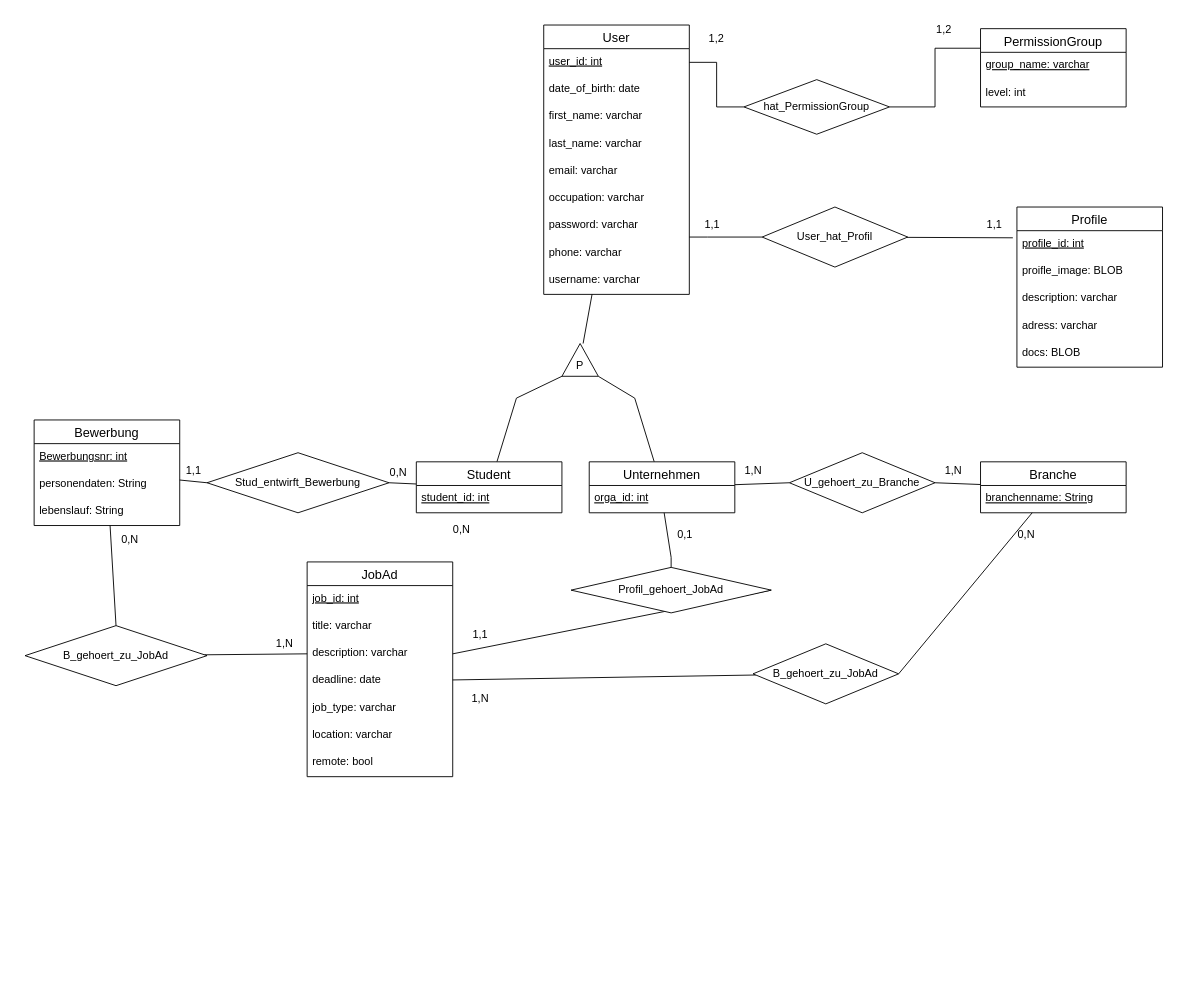
The draw.io diagram page "Semantisch" (2 of 2) of doc/diagram/ERDiagram.drawio in KlaraGolubovic/SE02, before the edit. Source tidied: cells renumbered, new cells numbered last; positions are measured from the earlier drawing's top-left corner, leaving out a move shared by most shapes. Both pictures are drawn from the tidied source at 91%, with x=0, y=0 at pixel (25, 15).
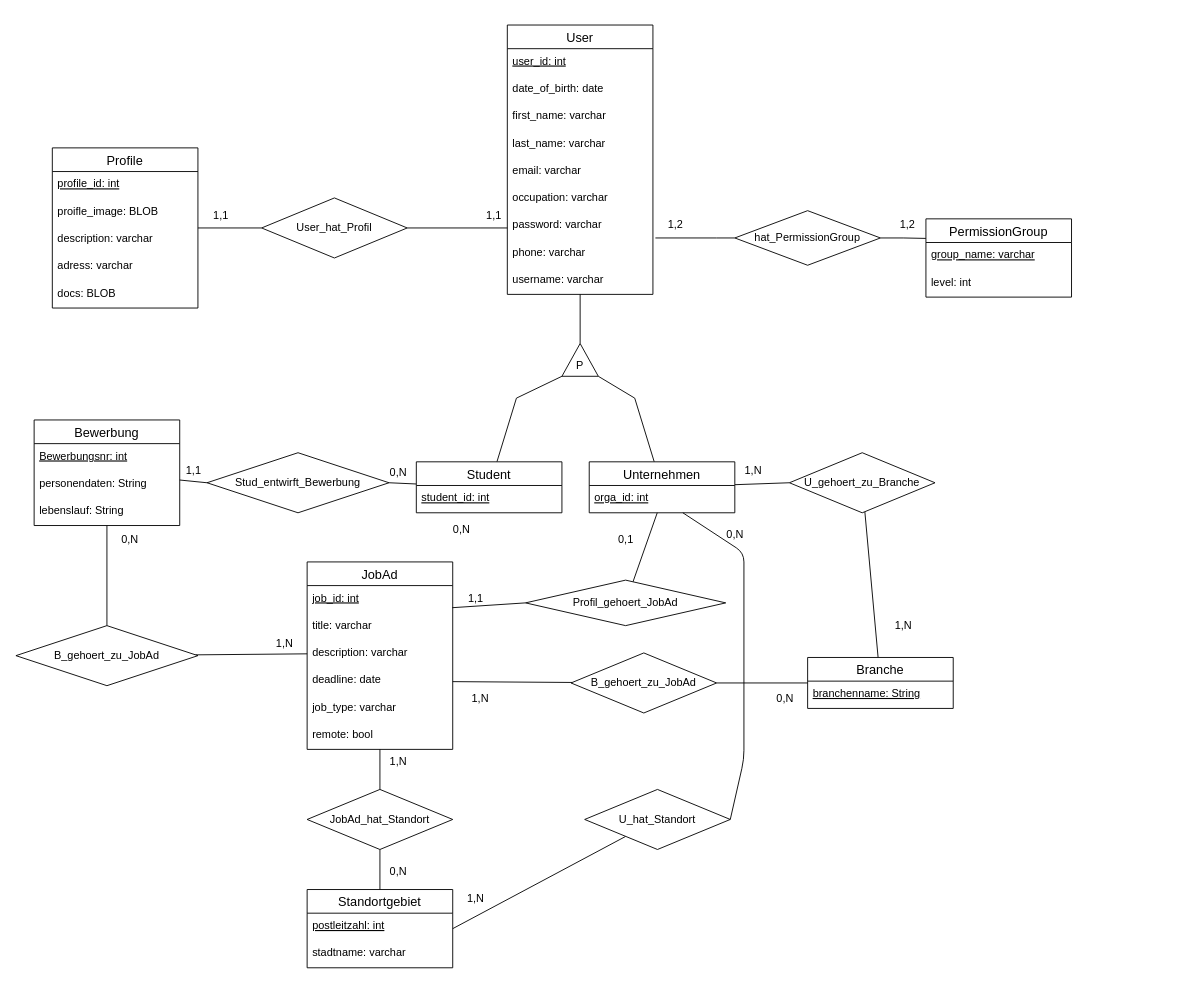
After the change.

Commit message:
weitere updates zum ER

The change refers to these unchanged cells:
```xml
<mxCell id="6" value="user_id: int" style="text;strokeColor=none;fillColor=none;spacingLeft=4;spacingRight=4;overflow=hidden;points=[[0,0.5],[1,0.5]];portConstraint=eastwest;fontSize=12;fontStyle=4;" parent="5" vertex="1">
  <mxGeometry y="26" width="160" height="30" as="geometry" />
</mxCell>
<mxCell id="13" value="phone: varchar" style="text;strokeColor=none;fillColor=none;spacingLeft=4;spacingRight=4;overflow=hidden;points=[[0,0.5],[1,0.5]];portConstraint=eastwest;fontSize=12;" parent="5" vertex="1">
  <mxGeometry y="236" width="160" height="30" as="geometry" />
</mxCell>
<mxCell id="17" value="profile_id: int" style="text;strokeColor=none;fillColor=none;spacingLeft=4;spacingRight=4;overflow=hidden;points=[[0,0.5],[1,0.5]];portConstraint=eastwest;fontSize=12;fontStyle=4;" parent="16" vertex="1">
  <mxGeometry y="26" width="160" height="30" as="geometry" />
</mxCell>
<mxCell id="32" value="job_id: int" style="text;strokeColor=none;fillColor=none;spacingLeft=4;spacingRight=4;overflow=hidden;points=[[0,0.5],[1,0.5]];portConstraint=eastwest;fontSize=12;fontStyle=4;" parent="31" vertex="1">
  <mxGeometry y="26" width="160" height="30" as="geometry" />
</mxCell>
<mxCell id="34" value="description: varchar" style="text;strokeColor=none;fillColor=none;spacingLeft=4;spacingRight=4;overflow=hidden;points=[[0,0.5],[1,0.5]];portConstraint=eastwest;fontSize=12;" parent="31" vertex="1">
  <mxGeometry y="86" width="160" height="30" as="geometry" />
</mxCell>
<mxCell id="47" value="orga_id: int" style="text;strokeColor=none;fillColor=none;spacingLeft=4;spacingRight=4;overflow=hidden;points=[[0,0.5],[1,0.5]];portConstraint=eastwest;fontSize=12;fontStyle=4;" parent="46" vertex="1">
  <mxGeometry y="26" width="160" height="30" as="geometry" />
</mxCell>
<mxCell id="73" value="U_gehoert_zu_Branche" style="shape=rhombus;perimeter=rhombusPerimeter;whiteSpace=wrap;html=1;align=center;fontSize=12;" parent="1" vertex="1">
  <mxGeometry x="840" y="480" width="160" height="66" as="geometry" />
</mxCell>
```

Diff of the diagram source:
```diff
@@
     <mxCell id="3" value="hat_PermissionGroup" style="shape=rhombus;perimeter=rhombusPerimeter;whiteSpace=wrap;html=1;align=center;" parent="1" vertex="1">
-      <mxGeometry x="790" y="70" width="160" height="60" as="geometry" />
+      <mxGeometry x="780" y="214" width="160" height="60" as="geometry" />
     </mxCell>
-    <mxCell id="4" style="edgeStyle=orthogonalEdgeStyle;rounded=0;jettySize=auto;html=1;entryX=0;entryY=0.5;entryDx=0;entryDy=0;fontSize=12;endArrow=none;endFill=0;" parent="1" edge="1" source="5" target="27">
+    <mxCell id="4" style="edgeStyle=orthogonalEdgeStyle;rounded=0;jettySize=auto;html=1;entryX=1;entryY=0.5;entryDx=0;entryDy=0;fontSize=12;endArrow=none;endFill=0;" parent="1" edge="1" source="5" target="27">
       <mxGeometry relative="1" as="geometry">
         <Array as="points">
-          <mxPoint x="750" y="243" />
-          <mxPoint x="750" y="243" />
+          <mxPoint x="500" y="233" />
+          <mxPoint x="500" y="233" />
         </Array>
       </mxGeometry>
     </mxCell>
     <mxCell id="5" value="User" style="swimlane;fontStyle=0;horizontal=1;startSize=26;align=center;fontSize=14;" parent="1" vertex="1">
-      <mxGeometry x="570" y="10" width="160" height="296" as="geometry" />
+      <mxGeometry x="530" y="10" width="160" height="296" as="geometry" />
     </mxCell>
@@
     <mxCell id="15" style="rounded=0;jettySize=auto;html=1;fontSize=12;endArrow=none;endFill=0;" parent="1" edge="1" source="47" target="39">
-      <mxGeometry relative="1" as="geometry">
-        <Array as="points">
-          <mxPoint x="710" y="595" />
-        </Array>
-      </mxGeometry>
+      <mxGeometry relative="1" as="geometry" />
     </mxCell>
     <mxCell id="16" value="Profile" style="swimlane;fontStyle=0;horizontal=1;startSize=26;align=center;fontSize=14;" parent="1" vertex="1">
-      <mxGeometry x="1090" y="210" width="160" height="176" as="geometry" />
+      <mxGeometry x="30" y="145" width="160" height="176" as="geometry" />
     </mxCell>
@@
     <mxCell id="22" value="PermissionGroup" style="swimlane;fontStyle=0;horizontal=1;startSize=26;align=center;fontSize=14;" parent="1" vertex="1">
-      <mxGeometry x="1050" y="14" width="160" height="86" as="geometry" />
+      <mxGeometry x="990" y="223" width="160" height="86" as="geometry" />
     </mxCell>
@@
-    <mxCell id="25" style="edgeStyle=orthogonalEdgeStyle;rounded=0;jettySize=auto;html=1;entryX=0;entryY=0.5;entryDx=0;entryDy=0;fontSize=12;endArrow=none;endFill=0;" parent="1" edge="1" source="6" target="3">
-      <mxGeometry relative="1" as="geometry" />
+    <mxCell id="25" style="edgeStyle=orthogonalEdgeStyle;rounded=0;jettySize=auto;html=1;entryX=0;entryY=0.5;entryDx=0;entryDy=0;fontSize=12;endArrow=none;endFill=0;exitX=1.017;exitY=-0.067;exitDx=0;exitDy=0;exitPerimeter=0;" parent="1" edge="1" source="13" target="3">
+      <mxGeometry relative="1" as="geometry">
+        <Array as="points">
+          <mxPoint x="760" y="244" />
+          <mxPoint x="760" y="244" />
+        </Array>
+      </mxGeometry>
     </mxCell>
-    <mxCell id="26" style="edgeStyle=none;html=1;entryX=-0.028;entryY=0.261;entryDx=0;entryDy=0;entryPerimeter=0;endArrow=none;endFill=0;" parent="1" edge="1" source="27" target="17">
-      <mxGeometry relative="1" as="geometry" />
+    <mxCell id="26" style="edgeStyle=none;html=1;endArrow=none;endFill=0;" parent="1" edge="1" source="27">
+      <mxGeometry relative="1" as="geometry">
+        <mxPoint x="190" y="233" as="targetPoint" />
+      </mxGeometry>
     </mxCell>
     <mxCell id="27" value="User_hat_Profil" style="shape=rhombus;perimeter=rhombusPerimeter;whiteSpace=wrap;html=1;align=center;fontSize=12;" parent="1" vertex="1">
-      <mxGeometry x="810" y="210" width="160" height="66" as="geometry" />
+      <mxGeometry x="260" y="200" width="160" height="66" as="geometry" />
     </mxCell>
     <mxCell id="28" value="1,1" style="text;html=1;align=center;verticalAlign=middle;strokeColor=none;fillColor=none;fontSize=12;" parent="1" vertex="1">
-      <mxGeometry x="740" y="220" width="30" height="20" as="geometry" />
+      <mxGeometry x="500" y="210" width="30" height="20" as="geometry" />
     </mxCell>
     <mxCell id="29" value="1,1" style="text;html=1;align=center;verticalAlign=middle;strokeColor=none;fillColor=none;fontSize=12;" parent="1" vertex="1">
-      <mxGeometry x="1050" y="220" width="30" height="20" as="geometry" />
+      <mxGeometry x="200" y="210" width="30" height="20" as="geometry" />
     </mxCell>
-    <mxCell id="30" style="rounded=0;jettySize=auto;html=1;entryX=1;entryY=0.5;entryDx=0;entryDy=0;fontSize=12;endArrow=none;endFill=0;exitX=1;exitY=0.5;exitDx=0;exitDy=0;" parent="1" edge="1" source="34" target="39">
+    <mxCell id="30" style="rounded=0;jettySize=auto;html=1;entryX=0;entryY=0.5;entryDx=0;entryDy=0;fontSize=12;endArrow=none;endFill=0;exitX=0.997;exitY=0.81;exitDx=0;exitDy=0;exitPerimeter=0;" parent="1" edge="1" source="32" target="39">
       <mxGeometry relative="1" as="geometry" />
     </mxCell>
     <mxCell id="31" value="JobAd" style="swimlane;fontStyle=0;horizontal=1;startSize=26;align=center;fontSize=14;" parent="1" vertex="1">
-      <mxGeometry x="310" y="600" width="160" height="236" as="geometry" />
+      <mxGeometry x="310" y="600" width="160" height="206" as="geometry" />
     </mxCell>
@@
-    <mxCell id="37" value="location: varchar" style="text;strokeColor=none;fillColor=none;spacingLeft=4;spacingRight=4;overflow=hidden;fontSize=12;" parent="31" vertex="1">
-      <mxGeometry y="176" width="160" height="30" as="geometry" />
-    </mxCell>
     <mxCell id="38" value="remote: bool" style="text;strokeColor=none;fillColor=none;spacingLeft=4;spacingRight=4;overflow=hidden;points=[[0,0.5],[1,0.5]];portConstraint=eastwest;fontSize=12;" parent="31" vertex="1">
-      <mxGeometry y="206" width="160" height="30" as="geometry" />
+      <mxGeometry y="176" width="160" height="30" as="geometry" />
     </mxCell>
     <mxCell id="39" value="Profil_gehoert_JobAd" style="shape=rhombus;perimeter=rhombusPerimeter;whiteSpace=wrap;html=1;align=center;fontSize=12;" parent="1" vertex="1">
-      <mxGeometry x="600" y="606" width="220" height="50" as="geometry" />
+      <mxGeometry x="550" y="620" width="220" height="50" as="geometry" />
     </mxCell>
@@
     <mxCell id="51" value="1,2" style="text;html=1;strokeColor=none;fillColor=none;align=center;verticalAlign=middle;whiteSpace=wrap;rounded=0;fontSize=12;" parent="1" vertex="1">
-      <mxGeometry x="730" y="10" width="60" height="30" as="geometry" />
+      <mxGeometry x="685" y="214" width="60" height="30" as="geometry" />
     </mxCell>
     <mxCell id="52" value="1,2" style="text;html=1;strokeColor=none;fillColor=none;align=center;verticalAlign=middle;whiteSpace=wrap;rounded=0;fontSize=12;" parent="1" vertex="1">
-      <mxGeometry x="980" width="60" height="30" as="geometry" />
+      <mxGeometry x="940" y="214" width="60" height="30" as="geometry" />
     </mxCell>
     <mxCell id="53" value="0,1" style="text;html=1;align=center;verticalAlign=middle;strokeColor=none;fillColor=none;fontSize=12;" parent="1" vertex="1">
-      <mxGeometry x="710" y="560" width="30" height="20" as="geometry" />
+      <mxGeometry x="645" y="566" width="30" height="20" as="geometry" />
     </mxCell>
@@
     <mxCell id="55" value="B_gehoert_zu_JobAd" style="shape=rhombus;perimeter=rhombusPerimeter;whiteSpace=wrap;html=1;align=center;fontSize=12;" parent="1" vertex="1">
-      <mxGeometry y="670" width="200" height="66" as="geometry" />
+      <mxGeometry x="-10" y="670" width="200" height="66" as="geometry" />
     </mxCell>
@@
     <mxCell id="68" value="1,1" style="text;html=1;align=center;verticalAlign=middle;strokeColor=none;fillColor=none;" parent="1" vertex="1">
-      <mxGeometry x="485" y="670" width="30" height="20" as="geometry" />
+      <mxGeometry x="480" y="630" width="30" height="20" as="geometry" />
     </mxCell>
-    <mxCell id="69" style="edgeStyle=none;html=1;entryX=1;entryY=0.5;entryDx=0;entryDy=0;endArrow=none;endFill=0;" parent="1" edge="1" source="71" target="73">
+    <mxCell id="69" style="edgeStyle=none;html=1;endArrow=none;endFill=0;" parent="1" edge="1" source="71" target="73">
       <mxGeometry relative="1" as="geometry" />
     </mxCell>
@@
     <mxCell id="71" value="Branche" style="swimlane;fontStyle=0;horizontal=1;startSize=26;align=center;fontSize=14;" parent="1" vertex="1">
-      <mxGeometry x="1050" y="490" width="160" height="56" as="geometry" />
+      <mxGeometry x="860" y="705" width="160" height="56" as="geometry" />
     </mxCell>
@@
     <mxCell id="75" value="1,N" style="text;html=1;align=center;verticalAlign=middle;strokeColor=none;fillColor=none;" parent="1" vertex="1">
-      <mxGeometry x="1005" y="490" width="30" height="20" as="geometry" />
+      <mxGeometry x="950" y="660" width="30" height="20" as="geometry" />
     </mxCell>
@@
     <mxCell id="77" value="B_gehoert_zu_JobAd" style="shape=rhombus;perimeter=rhombusPerimeter;whiteSpace=wrap;html=1;align=center;fontSize=12;" parent="1" vertex="1">
-      <mxGeometry x="800" y="690" width="160" height="66" as="geometry" />
+      <mxGeometry x="600" y="700" width="160" height="66" as="geometry" />
     </mxCell>
     <mxCell id="78" value="0,N" style="text;html=1;align=center;verticalAlign=middle;strokeColor=none;fillColor=none;" parent="1" vertex="1">
-      <mxGeometry x="1085" y="560" width="30" height="20" as="geometry" />
+      <mxGeometry x="820" y="740" width="30" height="20" as="geometry" />
     </mxCell>
@@
+    <mxCell id="80" value="Standortgebiet" style="swimlane;fontStyle=0;horizontal=1;startSize=26;align=center;fontSize=14;" parent="1" vertex="1">
+      <mxGeometry x="310" y="960" width="160" height="86" as="geometry" />
+    </mxCell>
+    <mxCell id="81" value="postleitzahl: int" style="text;strokeColor=none;fillColor=none;spacingLeft=4;spacingRight=4;overflow=hidden;fontSize=12;fontStyle=4;" parent="80" vertex="1">
+      <mxGeometry y="26" width="160" height="30" as="geometry" />
+    </mxCell>
+    <mxCell id="82" value="stadtname: varchar" style="text;strokeColor=none;fillColor=none;spacingLeft=4;spacingRight=4;overflow=hidden;fontSize=12;" parent="80" vertex="1">
+      <mxGeometry y="56" width="160" height="30" as="geometry" />
+    </mxCell>
+    <mxCell id="83" style="edgeStyle=none;html=1;endArrow=none;endFill=0;" parent="1" edge="1" source="85" target="38">
+      <mxGeometry relative="1" as="geometry" />
+    </mxCell>
+    <mxCell id="84" style="edgeStyle=none;html=1;endArrow=none;endFill=0;" parent="1" edge="1" source="85" target="80">
+      <mxGeometry relative="1" as="geometry" />
+    </mxCell>
+    <mxCell id="85" value="JobAd_hat_Standort" style="shape=rhombus;perimeter=rhombusPerimeter;whiteSpace=wrap;html=1;align=center;fontSize=12;" parent="1" vertex="1">
+      <mxGeometry x="310" y="850" width="160" height="66" as="geometry" />
+    </mxCell>
+    <mxCell id="86" value="1,N" style="text;html=1;align=center;verticalAlign=middle;strokeColor=none;fillColor=none;" parent="1" vertex="1">
+      <mxGeometry x="395" y="810" width="30" height="20" as="geometry" />
+    </mxCell>
+    <mxCell id="87" value="0,N" style="text;html=1;align=center;verticalAlign=middle;strokeColor=none;fillColor=none;" parent="1" vertex="1">
+      <mxGeometry x="395" y="930" width="30" height="20" as="geometry" />
+    </mxCell>
+    <mxCell id="88" style="edgeStyle=none;html=1;entryX=1;entryY=0.5;entryDx=0;entryDy=0;endArrow=none;endFill=0;" parent="1" edge="1" source="89" target="80">
+      <mxGeometry relative="1" as="geometry" />
+    </mxCell>
+    <mxCell id="89" value="U_hat_Standort" style="shape=rhombus;perimeter=rhombusPerimeter;whiteSpace=wrap;html=1;align=center;fontSize=12;" parent="1" vertex="1">
+      <mxGeometry x="615" y="850" width="160" height="66" as="geometry" />
+    </mxCell>
+    <mxCell id="90" style="edgeStyle=none;html=1;endArrow=none;endFill=0;entryX=1;entryY=0.5;entryDx=0;entryDy=0;" parent="1" edge="1" source="47" target="89">
+      <mxGeometry relative="1" as="geometry">
+        <Array as="points">
+          <mxPoint x="790" y="590" />
+          <mxPoint x="790" y="817" />
+        </Array>
+      </mxGeometry>
+    </mxCell>
+    <mxCell id="91" value="0,N" style="text;html=1;align=center;verticalAlign=middle;strokeColor=none;fillColor=none;" parent="1" vertex="1">
+      <mxGeometry x="765" y="560" width="30" height="20" as="geometry" />
+    </mxCell>
+    <mxCell id="92" value="1,N" style="text;html=1;align=center;verticalAlign=middle;strokeColor=none;fillColor=none;" parent="1" vertex="1">
+      <mxGeometry x="480" y="960" width="30" height="20" as="geometry" />
+    </mxCell>
```
